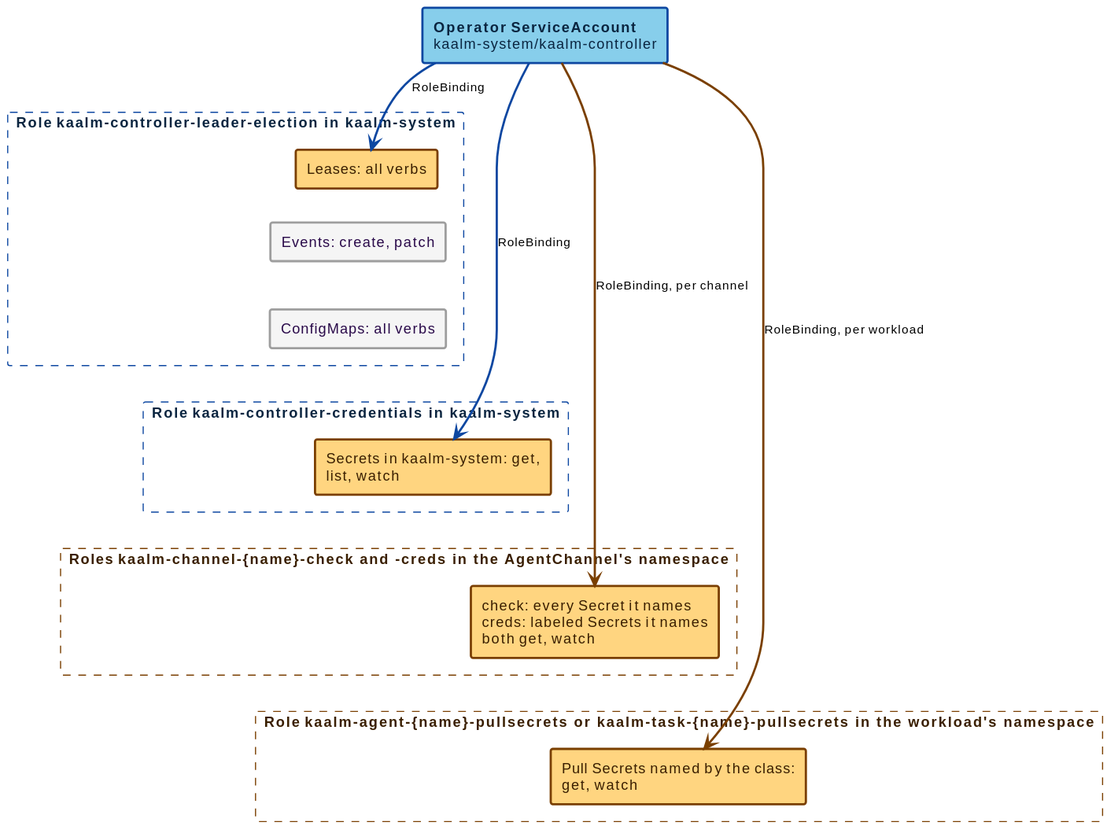
The PlantUML diagram docs/src/diagrams/operator-rbac-namespaced.svg in win07xp/kaalm, before a commit.
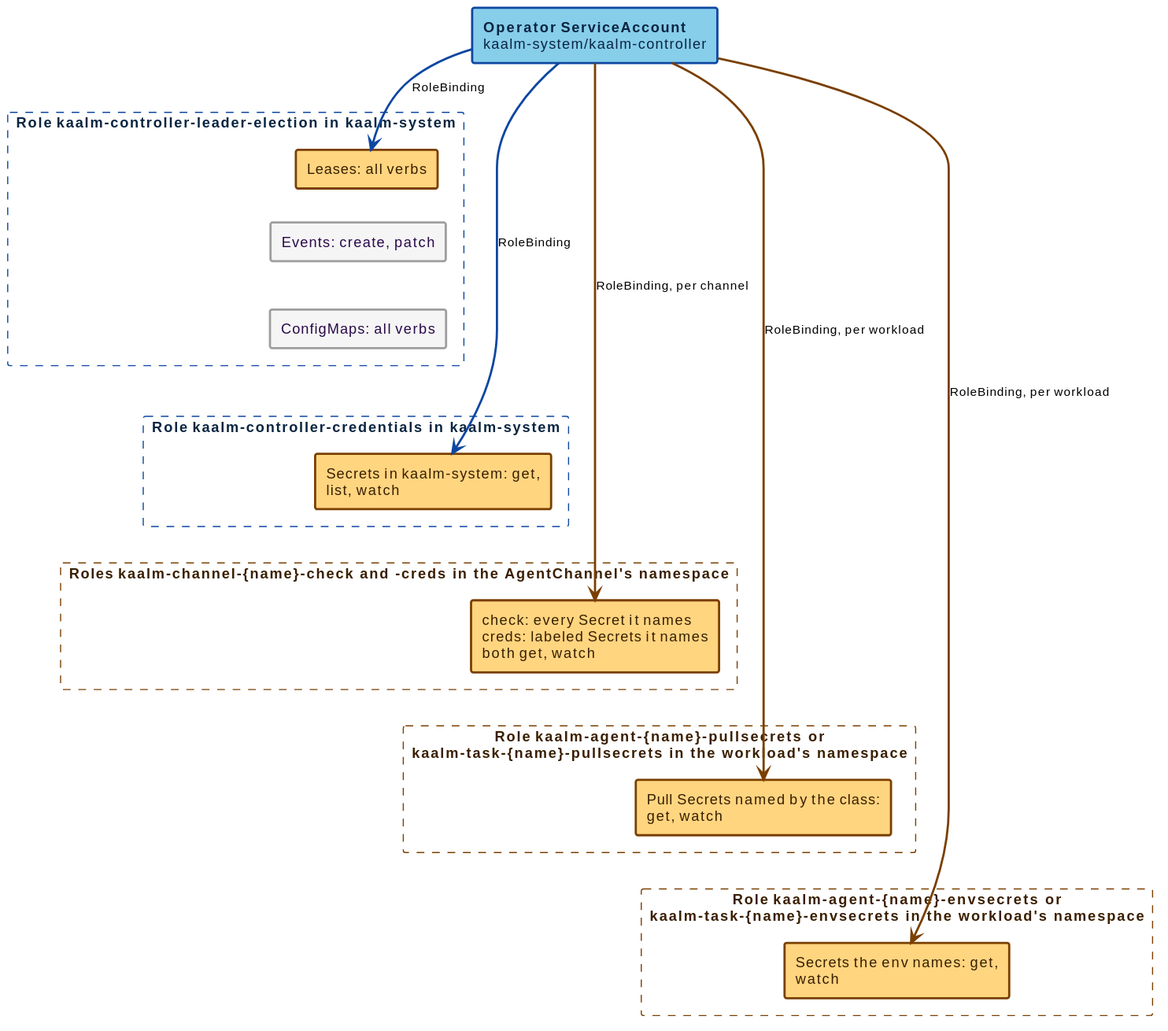
After the commit.

Diff of the diagram source:
```diff
@@ -17,16 +17,21 @@
 rectangle "**Roles** kaalm-channel-{name}-check and -creds in the AgentChannel's namespace" as nsuser #line:7a3f00;line.dashed;text:3a1f00 {
   rectangle "check: every Secret it names\ncreds: labeled Secrets it names\nboth get, watch" as chsec #back:FFD580;line:7a3f00;line.bold;text:3a1f00
 }
-rectangle "**Role** kaalm-agent-{name}-pullsecrets or kaalm-task-{name}-pullsecrets in the workload's namespace" as nspull #line:7a3f00;line.dashed;text:3a1f00 {
+rectangle "**Role** kaalm-agent-{name}-pullsecrets or\nkaalm-task-{name}-pullsecrets in the workload's namespace" as nspull #line:7a3f00;line.dashed;text:3a1f00 {
   rectangle "Pull Secrets named by the class: get, watch" as pullsec #back:FFD580;line:7a3f00;line.bold;text:3a1f00
+}
+rectangle "**Role** kaalm-agent-{name}-envsecrets or\nkaalm-task-{name}-envsecrets in the workload's namespace" as nsenv #line:7a3f00;line.dashed;text:3a1f00 {
+  rectangle "Secrets the env names: get, watch" as envsec #back:FFD580;line:7a3f00;line.bold;text:3a1f00
 }
 OPSA -[#0D47A1,bold]-> leases : RoleBinding
 OPSA -[#0D47A1,bold]-> syssec : RoleBinding
 OPSA .[#7a3f00,bold].> chsec : RoleBinding, per channel
 OPSA .[#7a3f00,bold].> pullsec : RoleBinding, per workload
+OPSA .[#7a3f00,bold].> envsec : RoleBinding, per workload
 leases -[hidden]down- ev
 ev -[hidden]down- cm
 cm -[hidden]down- syssec
 syssec -[hidden]down- chsec
 chsec -[hidden]down- pullsec
+pullsec -[hidden]down- envsec
 @enduml
```
